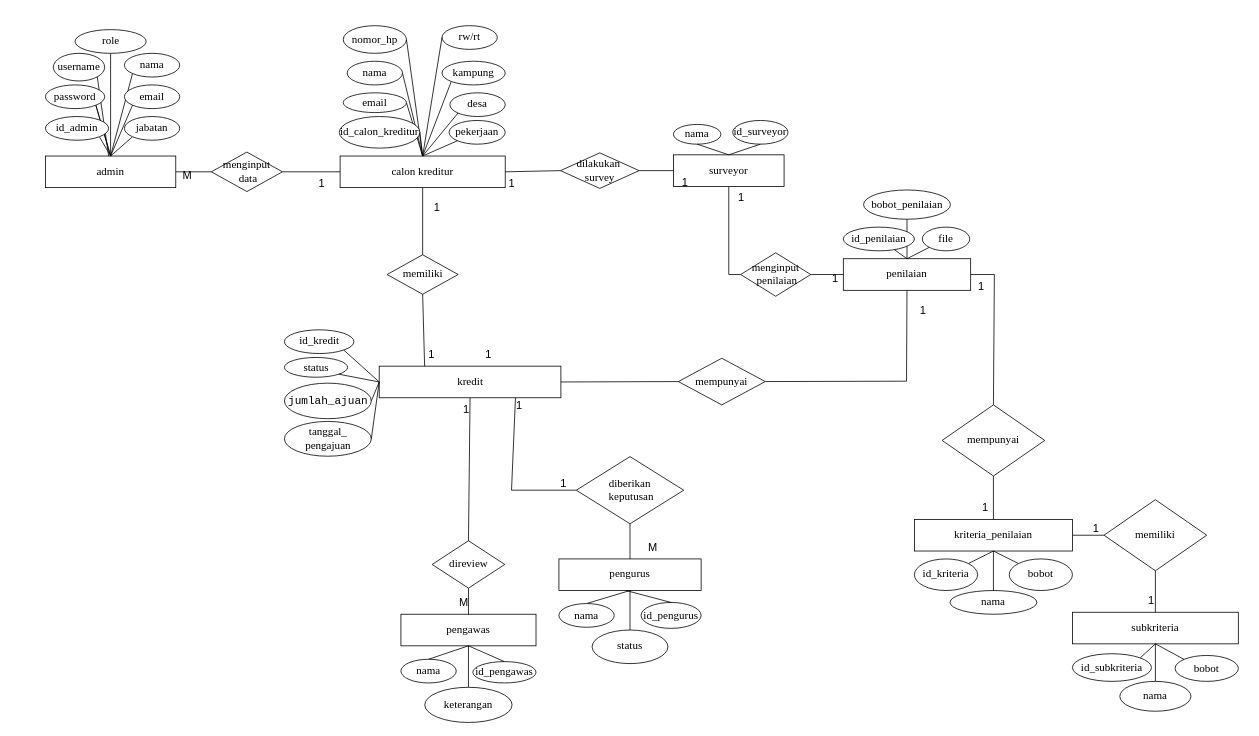
Above: page "V1-ERD" (38 of 43) of public/Untitled Diagram.drawio in alinurd/simpanPinjam (draw.io), before the change. Source tidied: cells renumbered, new cells numbered last; positions are measured from the earlier drawing's top-left corner, leaving out a move shared by most shapes. Both pictures are drawn from the tidied source at 79%, with x=0, y=0 at pixel (13, 13).
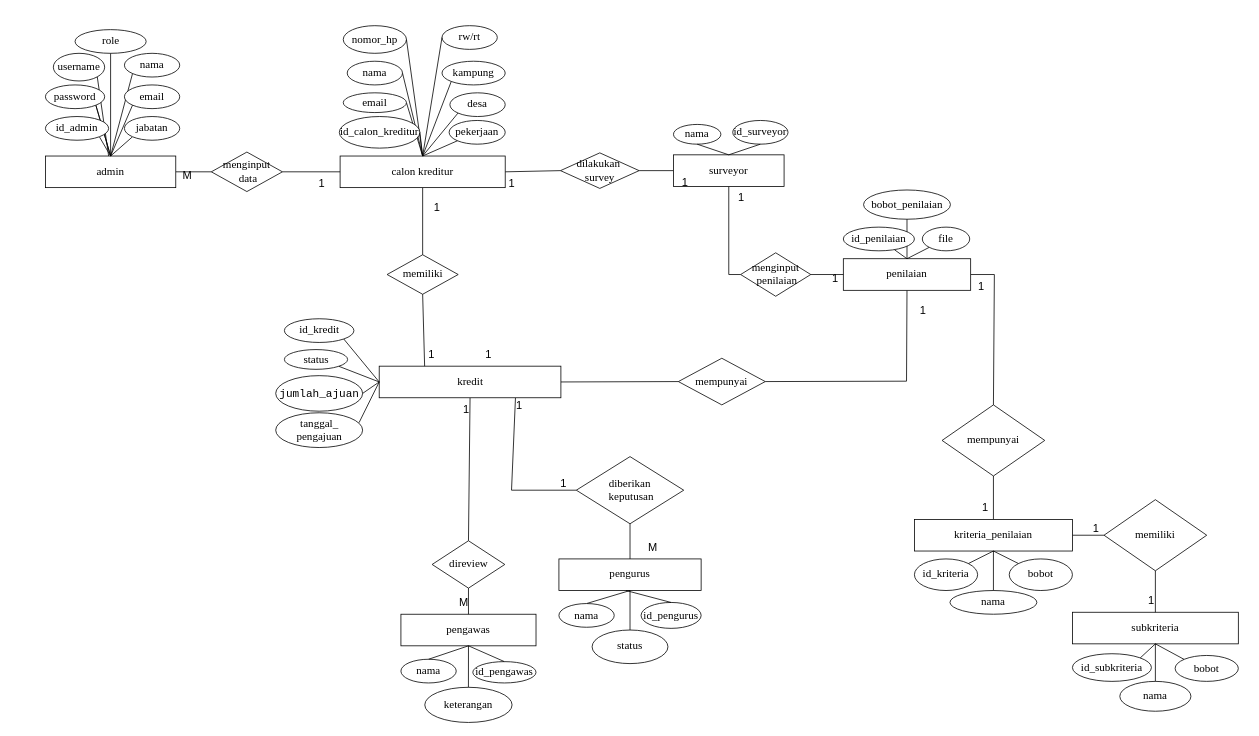
The same page after the edit.

Unchanged cells that the change refers to:
```xml
<mxCell id="70" style="group;fontSize=14;fontStyle=0;" parent="1" vertex="1">
  <mxGeometry x="342.5" y="410" width="350" height="160" as="geometry" />
</mxCell>
<mxCell id="71" value="kredit" style="html=1;align=center;verticalAlign=middle;dashed=0;whiteSpace=wrap;fontSize=14;fontFamily=Times New Roman;fontStyle=0;" parent="70" vertex="1">
  <mxGeometry x="120" y="36" width="230" height="40" as="geometry" />
</mxCell>
```

Change to the diagram source:
```diff
@@
     <mxCell id="73" value="status" style="ellipse;whiteSpace=wrap;html=1;fontSize=14;fontFamily=Times New Roman;fontStyle=0;" parent="70" vertex="1">
-      <mxGeometry y="25" width="80" height="25" as="geometry" />
+      <mxGeometry y="15" width="80" height="25" as="geometry" />
     </mxCell>
     <mxCell id="74" value="&lt;div&gt;tanggal_&lt;/div&gt;&lt;div&gt;pengajuan&lt;/div&gt;" style="ellipse;whiteSpace=wrap;html=1;fontSize=14;fontFamily=Times New Roman;fontStyle=0;" parent="70" vertex="1">
-      <mxGeometry y="106" width="110" height="44" as="geometry" />
+      <mxGeometry x="-11" y="95" width="110" height="44" as="geometry" />
     </mxCell>
@@
-    <mxCell id="76" style="endArrow=none;html=1;rounded=0;exitX=1;exitY=0.5;exitDx=0;exitDy=0;entryX=0;entryY=0.5;entryDx=0;entryDy=0;fontSize=14;fontFamily=Times New Roman;fontStyle=0;" parent="70" edge="1" source="74" target="71">
+    <mxCell id="76" style="endArrow=none;html=1;rounded=0;exitX=0.959;exitY=0.284;exitDx=0;exitDy=0;entryX=0;entryY=0.5;entryDx=0;entryDy=0;fontSize=14;fontFamily=Times New Roman;fontStyle=0;exitPerimeter=0;" parent="70" edge="1" source="74" target="71">
       <mxGeometry relative="1" as="geometry" />
     </mxCell>
@@
     <mxCell id="80" value="&lt;div style=&quot;font-size: 14px;&quot;&gt;&lt;code class=&quot;!whitespace-pre hljs language-plaintext&quot; style=&quot;font-size: 14px;&quot;&gt;jumlah_ajuan&lt;/code&gt;&lt;/div&gt;" style="ellipse;whiteSpace=wrap;html=1;fontSize=14;fontFamily=Times New Roman;fontStyle=0;" parent="70" vertex="1">
-      <mxGeometry y="57.5" width="110" height="45" as="geometry" />
+      <mxGeometry x="-11" y="48" width="110" height="45" as="geometry" />
     </mxCell>
@@
     <mxCell id="82" value="id_kredit" style="ellipse;whiteSpace=wrap;html=1;fontSize=14;fontFamily=Times New Roman;fontStyle=0;" parent="70" vertex="1">
-      <mxGeometry y="-10" width="88" height="30" as="geometry" />
+      <mxGeometry y="-24" width="88" height="30" as="geometry" />
     </mxCell>
```
